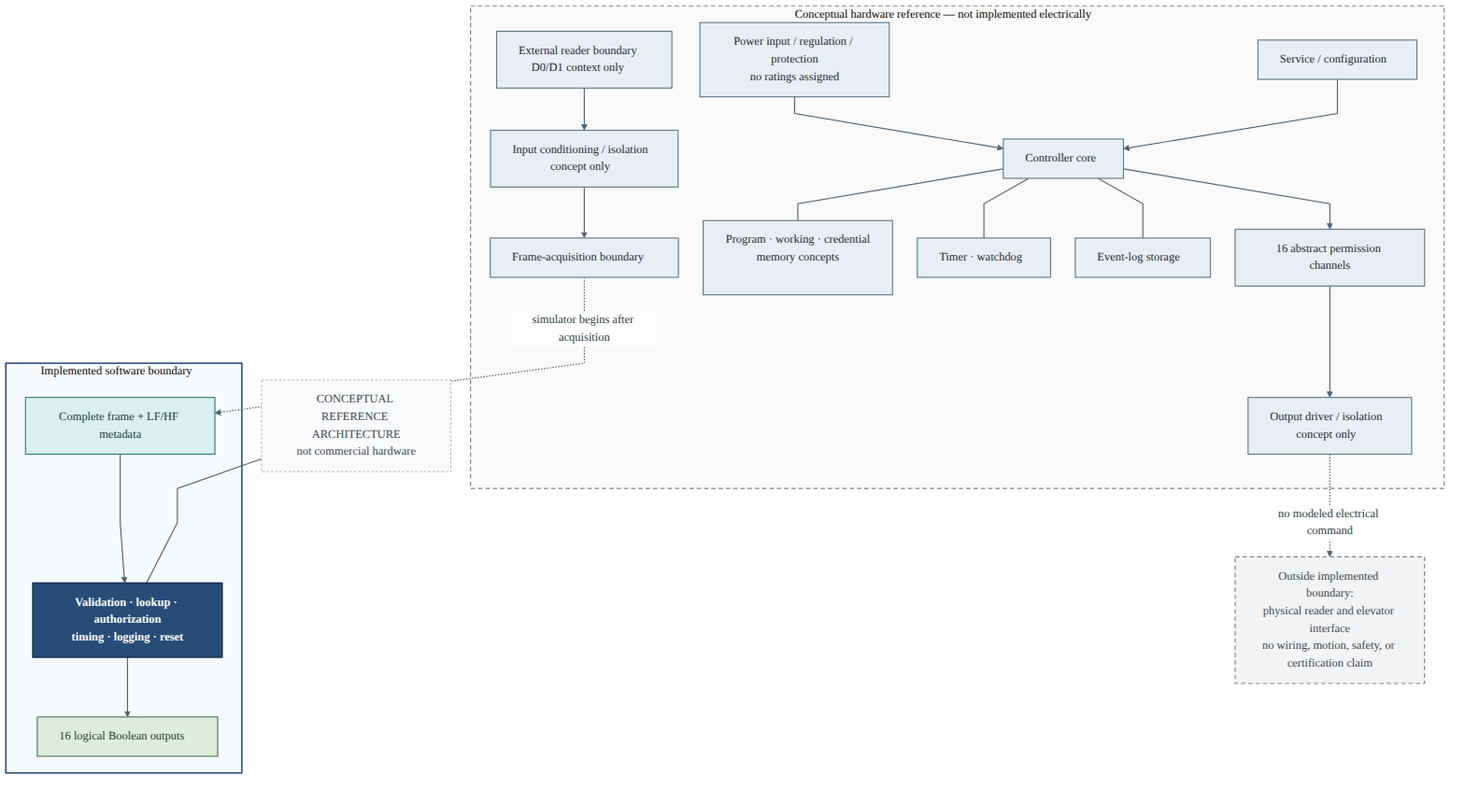
Above: docs/figures/top_level_architecture.png in BarShtainv/EEEProjectElevator (Mermaid), before the change. Its source is kept beside it as docs/figures/top_level_architecture.mmd.
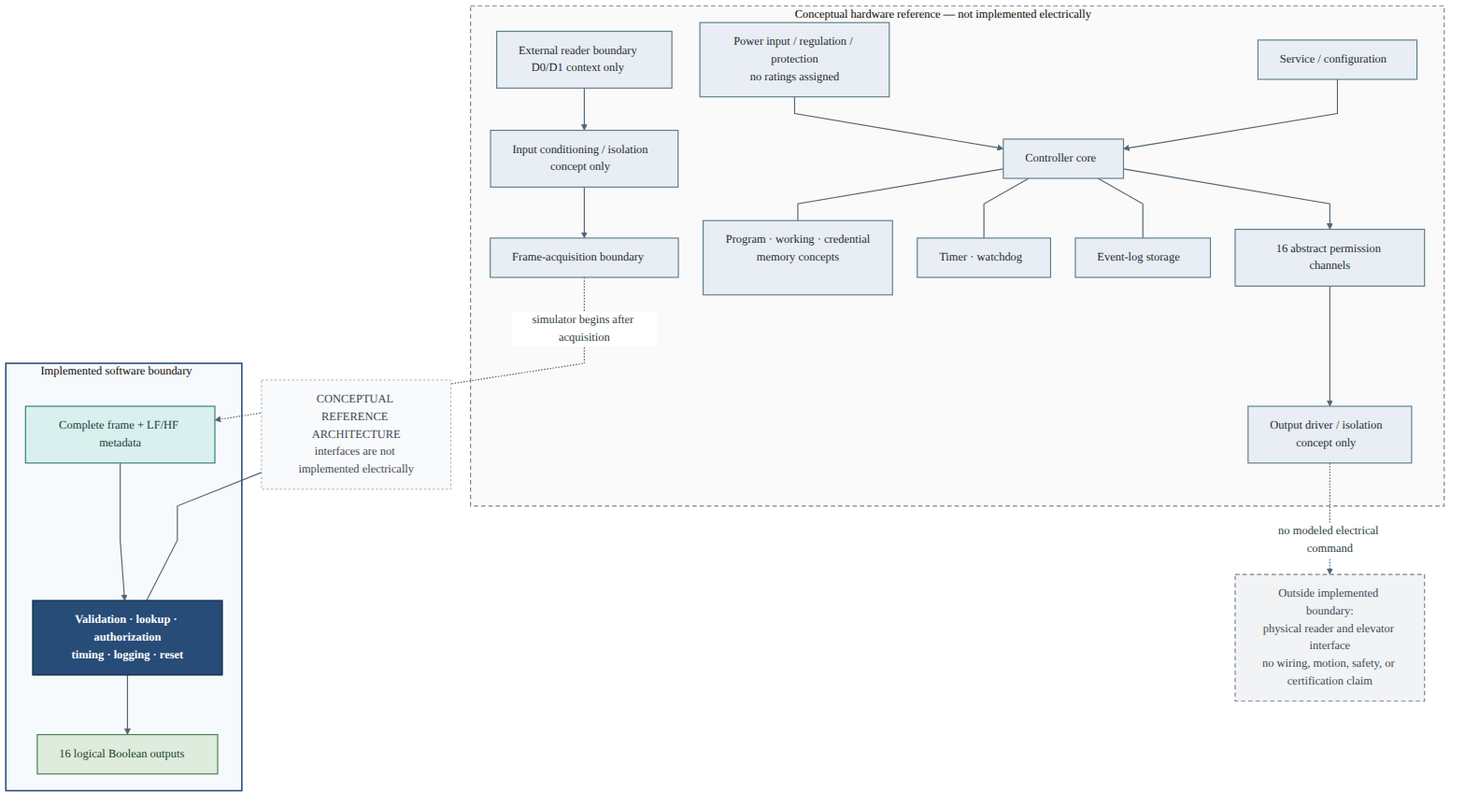
The same diagram one commit later.

What changed in the source:
```diff
@@ -1,6 +1,6 @@
 %%{init: {"theme":"base","themeVariables":{"fontFamily":"Arial, sans-serif","fontSize":"16px","primaryTextColor":"#1F2933","lineColor":"#526574","edgeLabelBackground":"#FFFFFF","clusterBkg":"#F8FAFC","clusterBorder":"#8A9BA8"},"flowchart":{"curve":"linear","nodeSpacing":34,"rankSpacing":46,"htmlLabels":true}}}%%
 flowchart TB
-    NOTE["CONCEPTUAL REFERENCE ARCHITECTURE<br/>not commercial hardware"]
+    NOTE["CONCEPTUAL REFERENCE ARCHITECTURE<br/>interfaces are not implemented electrically"]
 
     subgraph CONCEPT["Conceptual hardware reference — not implemented electrically"]
         PWR["Power input / regulation / protection<br/>no ratings assigned"]
```
